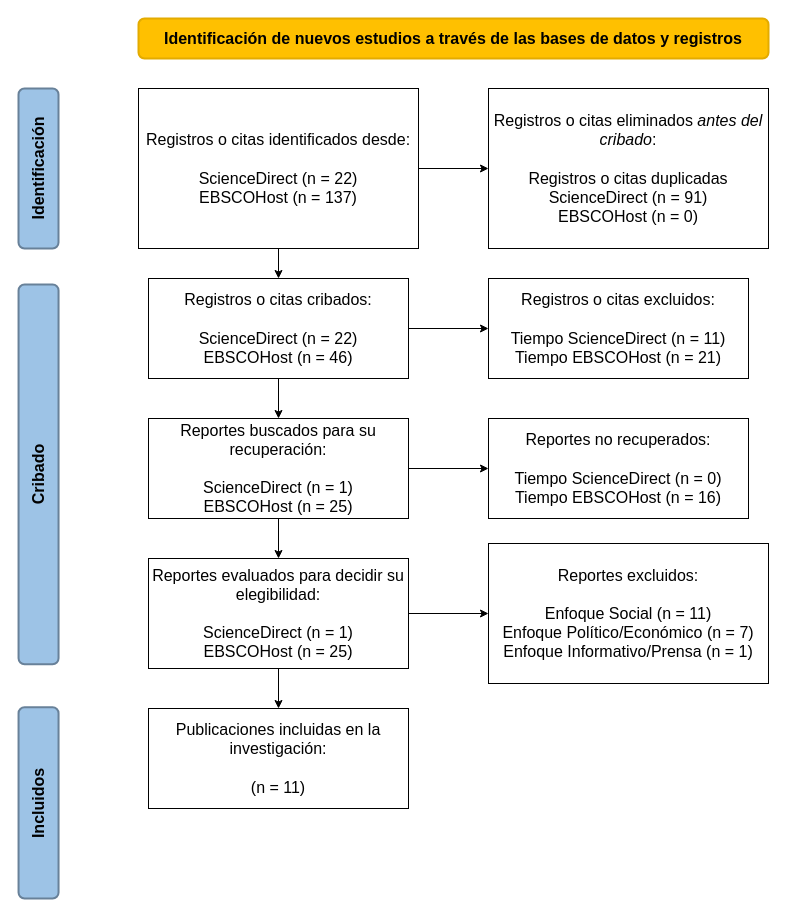
Before: Template-Flujograma.drawio in aretesatori/flujograma-PRISMA, a draw.io diagram. Source tidied: cells renumbered, new cells numbered last; positions are measured from the earlier drawing's top-left corner, leaving out a move shared by most shapes. Both pictures are drawn from the tidied source at 100%, with x=0, y=0 at pixel (-152, 18).
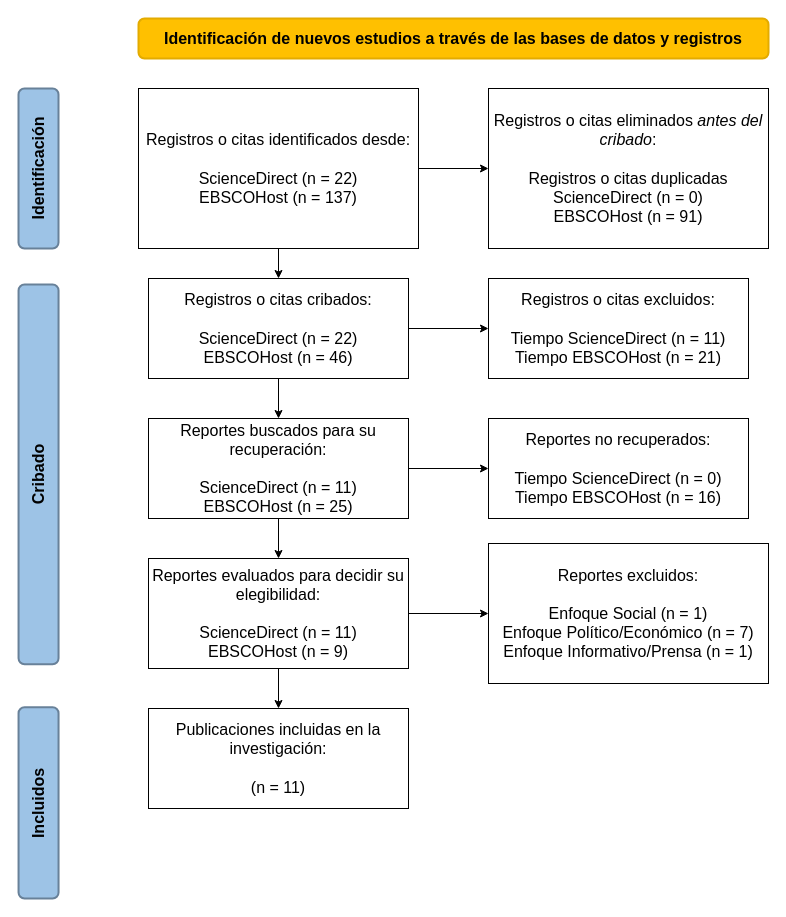
After the change.

Change to the diagram source:
```diff
@@
-    <mxCell id="6" value="&lt;div&gt;&lt;font style=&quot;font-size: 16px;&quot; face=&quot;Arial&quot;&gt;R&lt;/font&gt;&lt;font size=&quot;3&quot;&gt;egistros o citas eliminados &lt;i&gt;antes del cribado&lt;/i&gt;:&lt;/font&gt;&lt;/div&gt;&lt;div&gt;&lt;font size=&quot;3&quot;&gt;&lt;br&gt;&lt;/font&gt;&lt;/div&gt;&lt;div&gt;&lt;font size=&quot;3&quot;&gt;Registros o citas duplicadas&lt;br&gt;&lt;/font&gt;&lt;/div&gt;&lt;div&gt;&lt;font size=&quot;3&quot;&gt;ScienceDirect (n = 91)&lt;/font&gt;&lt;/div&gt;&lt;div&gt;&lt;font size=&quot;3&quot;&gt;EBSCOHost (n = 0)&lt;br&gt;&lt;/font&gt;&lt;/div&gt;" style="rounded=0;whiteSpace=wrap;html=1;" parent="1" vertex="1">
+    <mxCell id="6" value="&lt;div&gt;&lt;font style=&quot;font-size: 16px;&quot; face=&quot;Arial&quot;&gt;R&lt;/font&gt;&lt;font size=&quot;3&quot;&gt;egistros o citas eliminados &lt;i&gt;antes del cribado&lt;/i&gt;:&lt;/font&gt;&lt;/div&gt;&lt;div&gt;&lt;font size=&quot;3&quot;&gt;&lt;br&gt;&lt;/font&gt;&lt;/div&gt;&lt;div&gt;&lt;font size=&quot;3&quot;&gt;Registros o citas duplicadas&lt;br&gt;&lt;/font&gt;&lt;/div&gt;&lt;div&gt;&lt;font size=&quot;3&quot;&gt;ScienceDirect (n = 0)&lt;/font&gt;&lt;/div&gt;&lt;div&gt;&lt;font size=&quot;3&quot;&gt;EBSCOHost (n = 91)&lt;br&gt;&lt;/font&gt;&lt;/div&gt;" style="rounded=0;whiteSpace=wrap;html=1;" parent="1" vertex="1">
       <mxGeometry x="640" y="70" width="280" height="160" as="geometry" />
     </mxCell>
@@
-    <mxCell id="12" value="&lt;div&gt;&lt;font style=&quot;font-size: 16px;&quot; face=&quot;Arial&quot;&gt;Reportes buscados para su rec&lt;/font&gt;&lt;font size=&quot;3&quot;&gt;uperación:&lt;/font&gt;&lt;/div&gt;&lt;div&gt;&lt;font size=&quot;3&quot;&gt;&lt;br&gt;&lt;/font&gt;&lt;/div&gt;&lt;div&gt;&lt;font size=&quot;3&quot;&gt;ScienceDirect (n = 1)&lt;/font&gt;&lt;/div&gt;&lt;div&gt;&lt;font size=&quot;3&quot;&gt;EBSCOHost (n = 25)&lt;br&gt;&lt;/font&gt;&lt;/div&gt;" style="rounded=0;whiteSpace=wrap;html=1;" parent="1" vertex="1">
+    <mxCell id="12" value="&lt;div&gt;&lt;font style=&quot;font-size: 16px;&quot; face=&quot;Arial&quot;&gt;Reportes buscados para su rec&lt;/font&gt;&lt;font size=&quot;3&quot;&gt;uperación:&lt;/font&gt;&lt;/div&gt;&lt;div&gt;&lt;font size=&quot;3&quot;&gt;&lt;br&gt;&lt;/font&gt;&lt;/div&gt;&lt;div&gt;&lt;font size=&quot;3&quot;&gt;ScienceDirect (n = 11)&lt;/font&gt;&lt;/div&gt;&lt;div&gt;&lt;font size=&quot;3&quot;&gt;EBSCOHost (n = 25)&lt;br&gt;&lt;/font&gt;&lt;/div&gt;" style="rounded=0;whiteSpace=wrap;html=1;" parent="1" vertex="1">
       <mxGeometry x="300" y="400" width="260" height="100" as="geometry" />
     </mxCell>
@@
-    <mxCell id="15" value="&lt;div&gt;&lt;font style=&quot;font-size: 16px;&quot; face=&quot;Arial&quot;&gt;Reportes evaluados para decidir su elegibilidad&lt;/font&gt;&lt;font size=&quot;3&quot;&gt;:&lt;/font&gt;&lt;/div&gt;&lt;div&gt;&lt;font size=&quot;3&quot;&gt;&lt;br&gt;&lt;/font&gt;&lt;/div&gt;&lt;div&gt;&lt;font size=&quot;3&quot;&gt;ScienceDirect (n = 1)&lt;/font&gt;&lt;/div&gt;&lt;div&gt;&lt;font size=&quot;3&quot;&gt;EBSCOHost (n = 25)&lt;br&gt;&lt;/font&gt;&lt;/div&gt;" style="rounded=0;whiteSpace=wrap;html=1;" parent="1" vertex="1">
+    <mxCell id="15" value="&lt;div&gt;&lt;font style=&quot;font-size: 16px;&quot; face=&quot;Arial&quot;&gt;Reportes evaluados para decidir su elegibilidad&lt;/font&gt;&lt;font size=&quot;3&quot;&gt;:&lt;/font&gt;&lt;/div&gt;&lt;div&gt;&lt;font size=&quot;3&quot;&gt;&lt;br&gt;&lt;/font&gt;&lt;/div&gt;&lt;div&gt;&lt;font size=&quot;3&quot;&gt;ScienceDirect (n = 11)&lt;/font&gt;&lt;/div&gt;&lt;div&gt;&lt;font size=&quot;3&quot;&gt;EBSCOHost (n = 9)&lt;br&gt;&lt;/font&gt;&lt;/div&gt;" style="rounded=0;whiteSpace=wrap;html=1;" parent="1" vertex="1">
       <mxGeometry x="300" y="540" width="260" height="110" as="geometry" />
     </mxCell>
@@
-    <mxCell id="19" value="&lt;div&gt;&lt;font style=&quot;font-size: 16px;&quot; face=&quot;Arial&quot;&gt;Reportes exclui&lt;/font&gt;&lt;font size=&quot;3&quot;&gt;dos:&lt;/font&gt;&lt;/div&gt;&lt;div&gt;&lt;font size=&quot;3&quot;&gt;&lt;br&gt;&lt;/font&gt;&lt;/div&gt;&lt;div&gt;&lt;font size=&quot;3&quot;&gt;Enfoque Social (n = 11)&lt;/font&gt;&lt;/div&gt;&lt;div&gt;&lt;font size=&quot;3&quot;&gt;Enfoque Político/Económico (n = 7)&lt;/font&gt;&lt;/div&gt;&lt;div&gt;&lt;font size=&quot;3&quot;&gt;Enfoque Informativo/Prensa (n = 1)&lt;br&gt;&lt;/font&gt;&lt;/div&gt;" style="rounded=0;whiteSpace=wrap;html=1;" parent="1" vertex="1">
+    <mxCell id="19" value="&lt;div&gt;&lt;font style=&quot;font-size: 16px;&quot; face=&quot;Arial&quot;&gt;Reportes exclui&lt;/font&gt;&lt;font size=&quot;3&quot;&gt;dos:&lt;/font&gt;&lt;/div&gt;&lt;div&gt;&lt;font size=&quot;3&quot;&gt;&lt;br&gt;&lt;/font&gt;&lt;/div&gt;&lt;div&gt;&lt;font size=&quot;3&quot;&gt;Enfoque Social (n = 1)&lt;/font&gt;&lt;/div&gt;&lt;div&gt;&lt;font size=&quot;3&quot;&gt;Enfoque Político/Económico (n = 7)&lt;/font&gt;&lt;/div&gt;&lt;div&gt;&lt;font size=&quot;3&quot;&gt;Enfoque Informativo/Prensa (n = 1)&lt;br&gt;&lt;/font&gt;&lt;/div&gt;" style="rounded=0;whiteSpace=wrap;html=1;" parent="1" vertex="1">
       <mxGeometry x="640" y="525" width="280" height="140" as="geometry" />
     </mxCell>
```
